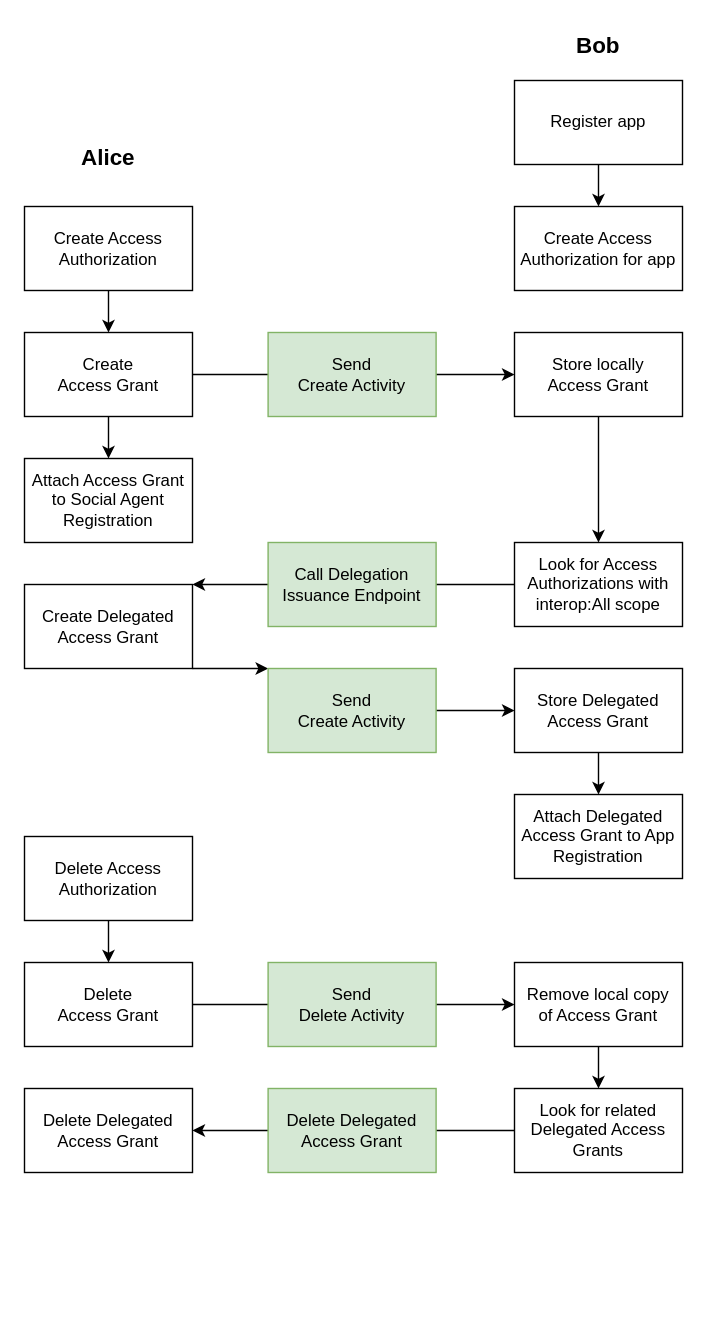
This is Diagramme sans nom.drawio from activitypods/user-flows, a draw.io file, before an edit. Source tidied: cells renumbered, new cells numbered last; positions are measured from the earlier drawing's top-left corner, leaving out a move shared by most shapes. Both pictures are drawn from the tidied source at 140%, with x=0, y=0 at pixel (24, 24).
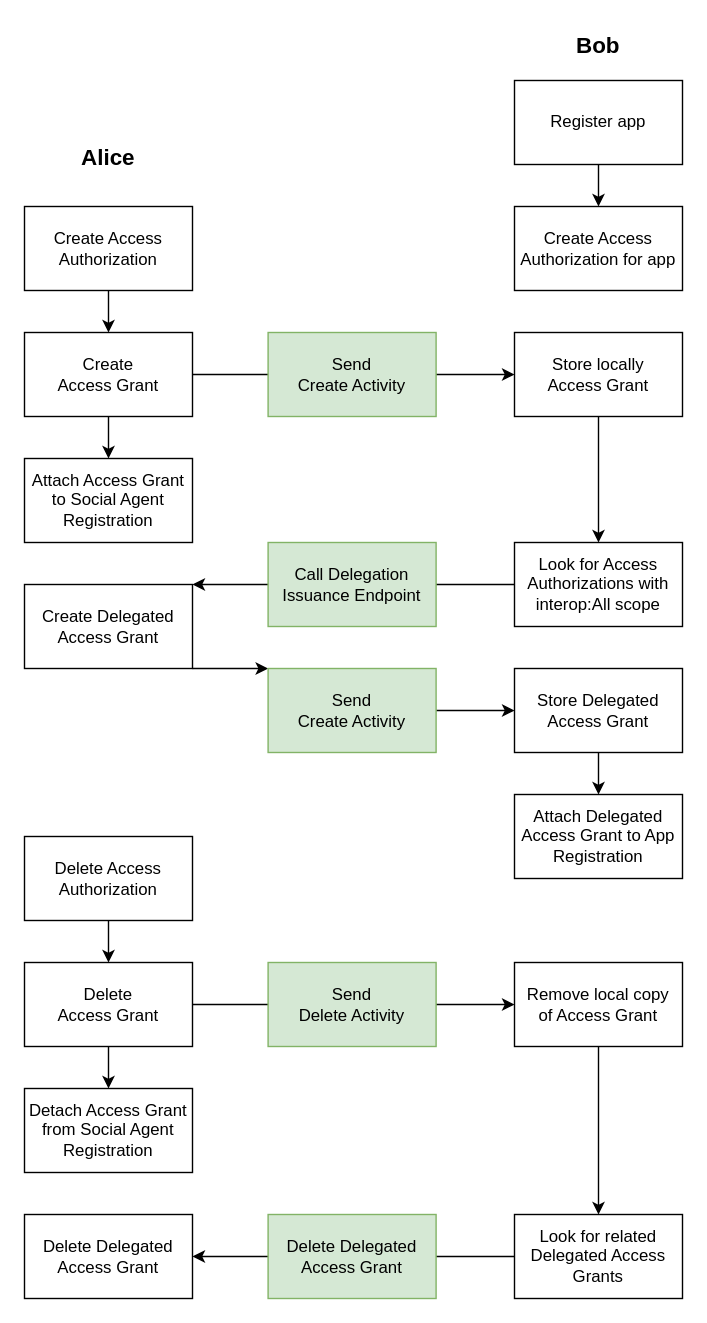
The same page after the edit.

The change refers to these unchanged cells:
```xml
<mxCell id="29" value="Delete&lt;br&gt;Access Grant" style="rounded=0;whiteSpace=wrap;html=1;" parent="1" vertex="1">
  <mxGeometry y="670" width="120" height="60" as="geometry" />
</mxCell>
```

What changed in the source:
```diff
@@
+    <mxCell id="37" style="edgeStyle=orthogonalEdgeStyle;rounded=0;jettySize=auto;html=1;" parent="1" edge="1" source="29" target="38">
+      <mxGeometry relative="1" as="geometry" />
+    </mxCell>
@@
     <mxCell id="34" value="Look for related Delegated Access Grants" style="rounded=0;whiteSpace=wrap;html=1;" parent="1" vertex="1">
-      <mxGeometry x="350" y="760" width="120" height="60" as="geometry" />
+      <mxGeometry x="350" y="850" width="120" height="60" as="geometry" />
     </mxCell>
     <mxCell id="35" value="Delete Delegated Access Grant" style="rounded=0;whiteSpace=wrap;html=1;fillColor=#d5e8d4;strokeColor=#82b366;" parent="1" vertex="1">
-      <mxGeometry x="174" y="760" width="120" height="60" as="geometry" />
+      <mxGeometry x="174" y="850" width="120" height="60" as="geometry" />
     </mxCell>
     <mxCell id="36" value="Delete Delegated&lt;br&gt;Access Grant" style="rounded=0;whiteSpace=wrap;html=1;" parent="1" vertex="1">
-      <mxGeometry y="760" width="120" height="60" as="geometry" />
+      <mxGeometry y="850" width="120" height="60" as="geometry" />
     </mxCell>
+    <mxCell id="38" value="Detach Access Grant from Social Agent Registration" style="rounded=0;whiteSpace=wrap;html=1;" parent="1" vertex="1">
+      <mxGeometry y="760" width="120" height="60" as="geometry" />
+    </mxCell>
```
